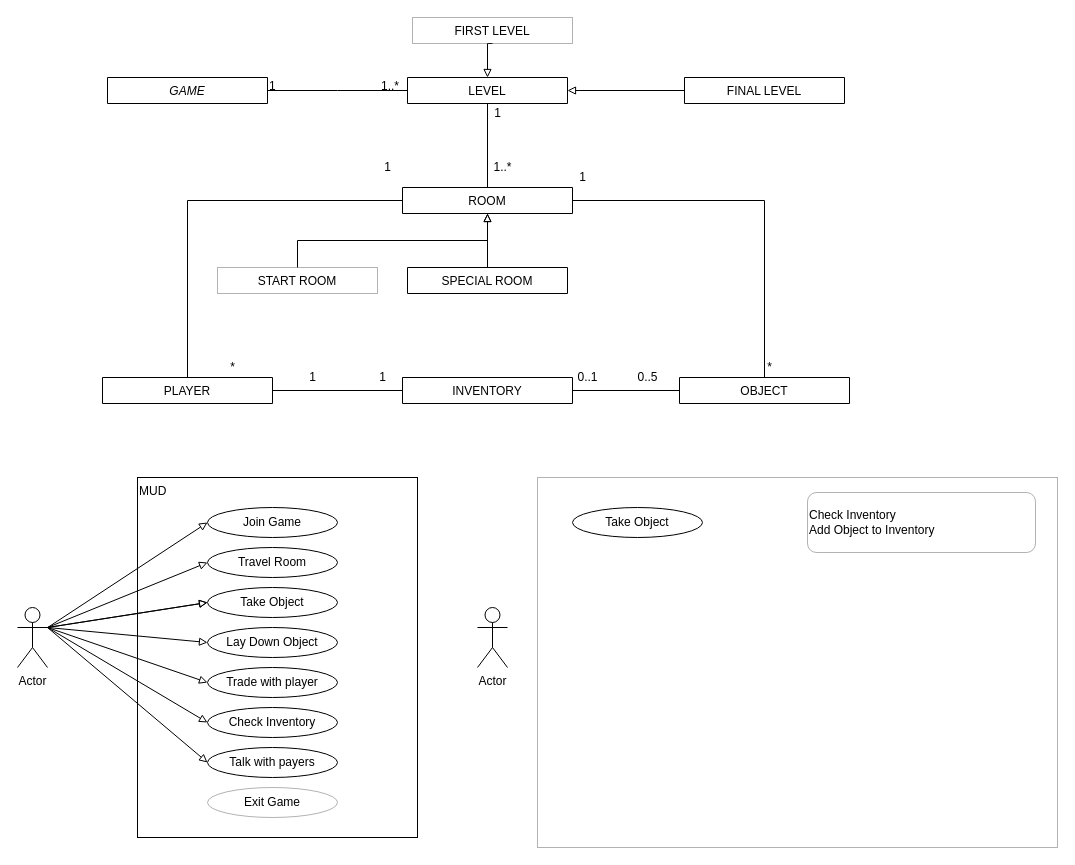
rudfor/MUD keeps this draw.io diagram as MUD.drawio. Above is the earlier version. Source tidied: cells renumbered, new cells numbered last; positions are measured from the earlier drawing's top-left corner, leaving out a move shared by most shapes. Both pictures are drawn from the tidied source at 100%, with x=0, y=0 at pixel (17, 17).
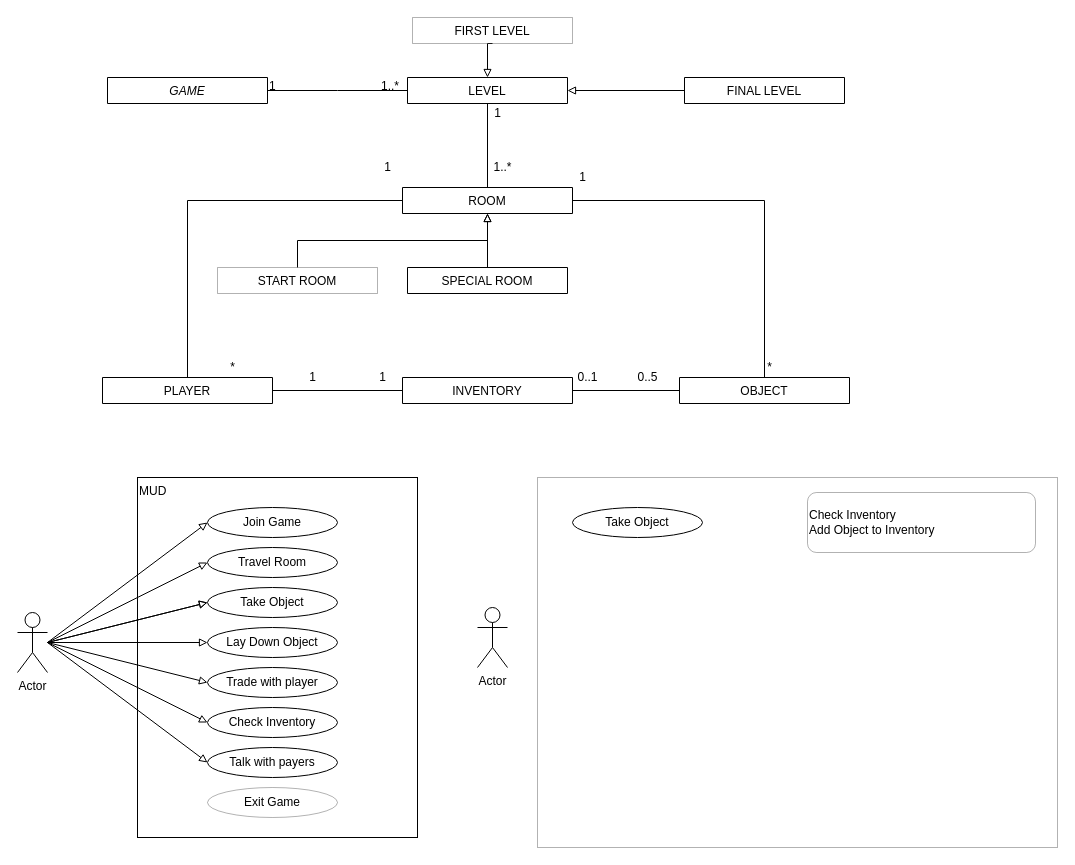
After the change.

Unchanged cells that the change refers to:
```xml
<mxCell id="45" value="Join Game" style="ellipse;whiteSpace=wrap;html=1;" parent="1" vertex="1">
  <mxGeometry x="190" y="490" width="130" height="30" as="geometry" />
</mxCell>
<mxCell id="46" value="Take Object" style="ellipse;whiteSpace=wrap;html=1;" parent="1" vertex="1">
  <mxGeometry x="190" y="570" width="130" height="30" as="geometry" />
</mxCell>
<mxCell id="47" value="Lay Down Object" style="ellipse;whiteSpace=wrap;html=1;" parent="1" vertex="1">
  <mxGeometry x="190" y="610" width="130" height="30" as="geometry" />
</mxCell>
<mxCell id="50" value="Travel Room" style="ellipse;whiteSpace=wrap;html=1;" parent="1" vertex="1">
  <mxGeometry x="190" y="530" width="130" height="30" as="geometry" />
</mxCell>
<mxCell id="51" value="Trade with player" style="ellipse;whiteSpace=wrap;html=1;" parent="1" vertex="1">
  <mxGeometry x="190" y="650" width="130" height="30" as="geometry" />
</mxCell>
<mxCell id="52" value="Check Inventory" style="ellipse;whiteSpace=wrap;html=1;" parent="1" vertex="1">
  <mxGeometry x="190" y="690" width="130" height="30" as="geometry" />
</mxCell>
<mxCell id="53" value="Talk with payers" style="ellipse;whiteSpace=wrap;html=1;" parent="1" vertex="1">
  <mxGeometry x="190" y="730" width="130" height="30" as="geometry" />
</mxCell>
```

Change to the diagram source:
```diff
@@
-    <mxCell id="37" style="edgeStyle=none;rounded=0;jettySize=auto;html=1;exitX=1;exitY=0.3333333333333333;exitDx=0;exitDy=0;exitPerimeter=0;entryX=0;entryY=0.5;entryDx=0;entryDy=0;startArrow=none;startFill=0;endArrow=block;endFill=0;" parent="1" edge="1" source="44" target="50">
-      <mxGeometry relative="1" as="geometry" />
+    <mxCell id="37" style="edgeStyle=none;rounded=0;jettySize=auto;html=1;entryX=0;entryY=0.5;entryDx=0;entryDy=0;startArrow=none;startFill=0;endArrow=block;endFill=0;" parent="1" edge="1" target="50">
+      <mxGeometry relative="1" as="geometry">
+        <mxPoint x="30" y="625" as="sourcePoint" />
+      </mxGeometry>
     </mxCell>
-    <mxCell id="38" style="edgeStyle=none;rounded=0;jettySize=auto;html=1;exitX=1;exitY=0.3333333333333333;exitDx=0;exitDy=0;exitPerimeter=0;entryX=0;entryY=0.5;entryDx=0;entryDy=0;startArrow=none;startFill=0;endArrow=block;endFill=0;" parent="1" edge="1" source="44" target="46">
-      <mxGeometry relative="1" as="geometry" />
+    <mxCell id="38" style="edgeStyle=none;rounded=0;jettySize=auto;html=1;entryX=0;entryY=0.5;entryDx=0;entryDy=0;startArrow=none;startFill=0;endArrow=block;endFill=0;" parent="1" edge="1" target="46">
+      <mxGeometry relative="1" as="geometry">
+        <mxPoint x="30" y="625" as="sourcePoint" />
+      </mxGeometry>
     </mxCell>
-    <mxCell id="39" style="edgeStyle=none;rounded=0;jettySize=auto;html=1;exitX=1;exitY=0.3333333333333333;exitDx=0;exitDy=0;exitPerimeter=0;entryX=0;entryY=0.5;entryDx=0;entryDy=0;startArrow=none;startFill=0;endArrow=block;endFill=0;" parent="1" edge="1" source="44" target="46">
-      <mxGeometry relative="1" as="geometry" />
+    <mxCell id="39" style="edgeStyle=none;rounded=0;jettySize=auto;html=1;entryX=0;entryY=0.5;entryDx=0;entryDy=0;startArrow=none;startFill=0;endArrow=block;endFill=0;" parent="1" edge="1" target="46">
+      <mxGeometry relative="1" as="geometry">
+        <mxPoint x="30" y="625" as="sourcePoint" />
+      </mxGeometry>
     </mxCell>
-    <mxCell id="40" style="edgeStyle=none;rounded=0;jettySize=auto;html=1;exitX=1;exitY=0.3333333333333333;exitDx=0;exitDy=0;exitPerimeter=0;entryX=0;entryY=0.5;entryDx=0;entryDy=0;startArrow=none;startFill=0;endArrow=block;endFill=0;" parent="1" edge="1" source="44" target="47">
+    <mxCell id="40" style="edgeStyle=none;rounded=0;jettySize=auto;html=1;entryX=0;entryY=0.5;entryDx=0;entryDy=0;startArrow=none;startFill=0;endArrow=block;endFill=0;" parent="1" edge="1" source="44" target="47">
       <mxGeometry relative="1" as="geometry" />
     </mxCell>
-    <mxCell id="41" style="edgeStyle=none;rounded=0;jettySize=auto;html=1;exitX=1;exitY=0.3333333333333333;exitDx=0;exitDy=0;exitPerimeter=0;entryX=0;entryY=0.5;entryDx=0;entryDy=0;startArrow=none;startFill=0;endArrow=block;endFill=0;" parent="1" edge="1" source="44" target="51">
-      <mxGeometry relative="1" as="geometry" />
+    <mxCell id="41" style="edgeStyle=none;rounded=0;jettySize=auto;html=1;entryX=0;entryY=0.5;entryDx=0;entryDy=0;startArrow=none;startFill=0;endArrow=block;endFill=0;" parent="1" edge="1" target="51">
+      <mxGeometry relative="1" as="geometry">
+        <mxPoint x="30" y="625" as="sourcePoint" />
+      </mxGeometry>
     </mxCell>
-    <mxCell id="42" style="edgeStyle=none;rounded=0;jettySize=auto;html=1;exitX=1;exitY=0.3333333333333333;exitDx=0;exitDy=0;exitPerimeter=0;entryX=0;entryY=0.5;entryDx=0;entryDy=0;startArrow=none;startFill=0;endArrow=block;endFill=0;" parent="1" edge="1" source="44" target="52">
-      <mxGeometry relative="1" as="geometry" />
+    <mxCell id="42" style="edgeStyle=none;rounded=0;jettySize=auto;html=1;entryX=0;entryY=0.5;entryDx=0;entryDy=0;startArrow=none;startFill=0;endArrow=block;endFill=0;" parent="1" edge="1" target="52">
+      <mxGeometry relative="1" as="geometry">
+        <mxPoint x="30" y="625" as="sourcePoint" />
+      </mxGeometry>
     </mxCell>
-    <mxCell id="43" style="edgeStyle=none;rounded=0;jettySize=auto;html=1;exitX=1;exitY=0.3333333333333333;exitDx=0;exitDy=0;exitPerimeter=0;entryX=0;entryY=0.5;entryDx=0;entryDy=0;startArrow=none;startFill=0;endArrow=block;endFill=0;" parent="1" edge="1" source="44" target="53">
-      <mxGeometry relative="1" as="geometry" />
+    <mxCell id="43" style="edgeStyle=none;rounded=0;jettySize=auto;html=1;entryX=0;entryY=0.5;entryDx=0;entryDy=0;startArrow=none;startFill=0;endArrow=block;endFill=0;" parent="1" edge="1" target="53">
+      <mxGeometry relative="1" as="geometry">
+        <mxPoint x="30" y="625" as="sourcePoint" />
+      </mxGeometry>
     </mxCell>
     <mxCell id="44" value="Actor" style="shape=umlActor;verticalLabelPosition=bottom;verticalAlign=top;html=1;outlineConnect=0;" parent="1" vertex="1">
-      <mxGeometry y="590" width="30" height="60" as="geometry" />
+      <mxGeometry y="595" width="30" height="60" as="geometry" />
     </mxCell>
@@
-    <mxCell id="49" style="rounded=0;jettySize=auto;html=1;startArrow=none;startFill=0;endArrow=block;endFill=0;entryX=0;entryY=0.5;entryDx=0;entryDy=0;" parent="1" edge="1" source="44" target="45">
-      <mxGeometry relative="1" as="geometry" />
+    <mxCell id="49" style="rounded=0;jettySize=auto;html=1;startArrow=none;startFill=0;endArrow=block;endFill=0;entryX=0;entryY=0.5;entryDx=0;entryDy=0;" parent="1" edge="1" target="45">
+      <mxGeometry relative="1" as="geometry">
+        <mxPoint x="30" y="625" as="sourcePoint" />
+      </mxGeometry>
     </mxCell>
```
